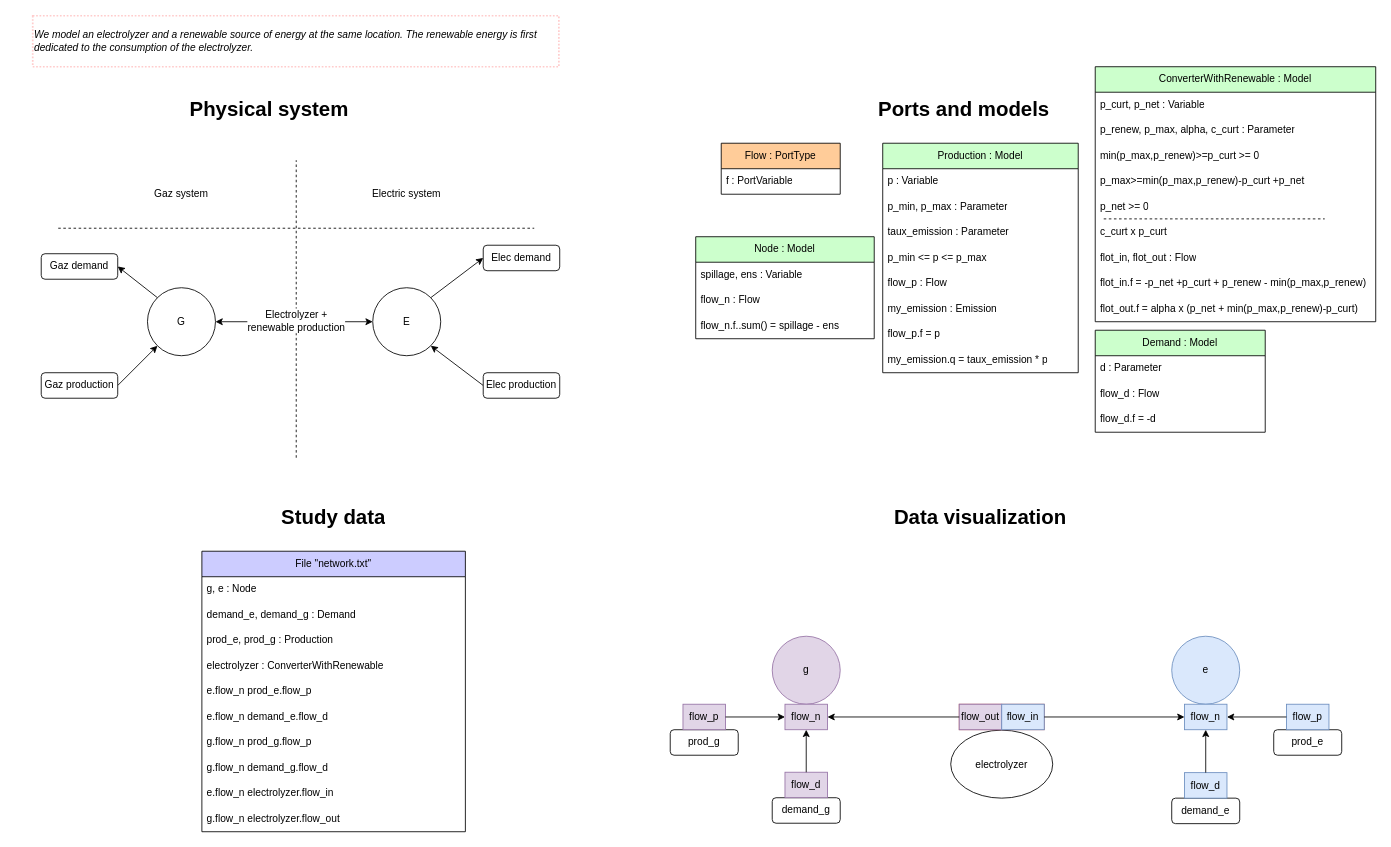
The draw.io diagram page "unique_system" (2 of 3) of models-design/systems/electrolyzer_subject_to_renawable.drawio in AntaresSimulatorTeam/andromede-modeling-prototype, before the edit. Source tidied: cells renumbered, new cells numbered last; positions are measured from the earlier drawing's top-left corner, leaving out a move shared by most shapes. Both pictures are drawn from the tidied source at 85%, with x=0, y=0 at pixel (14, 15).
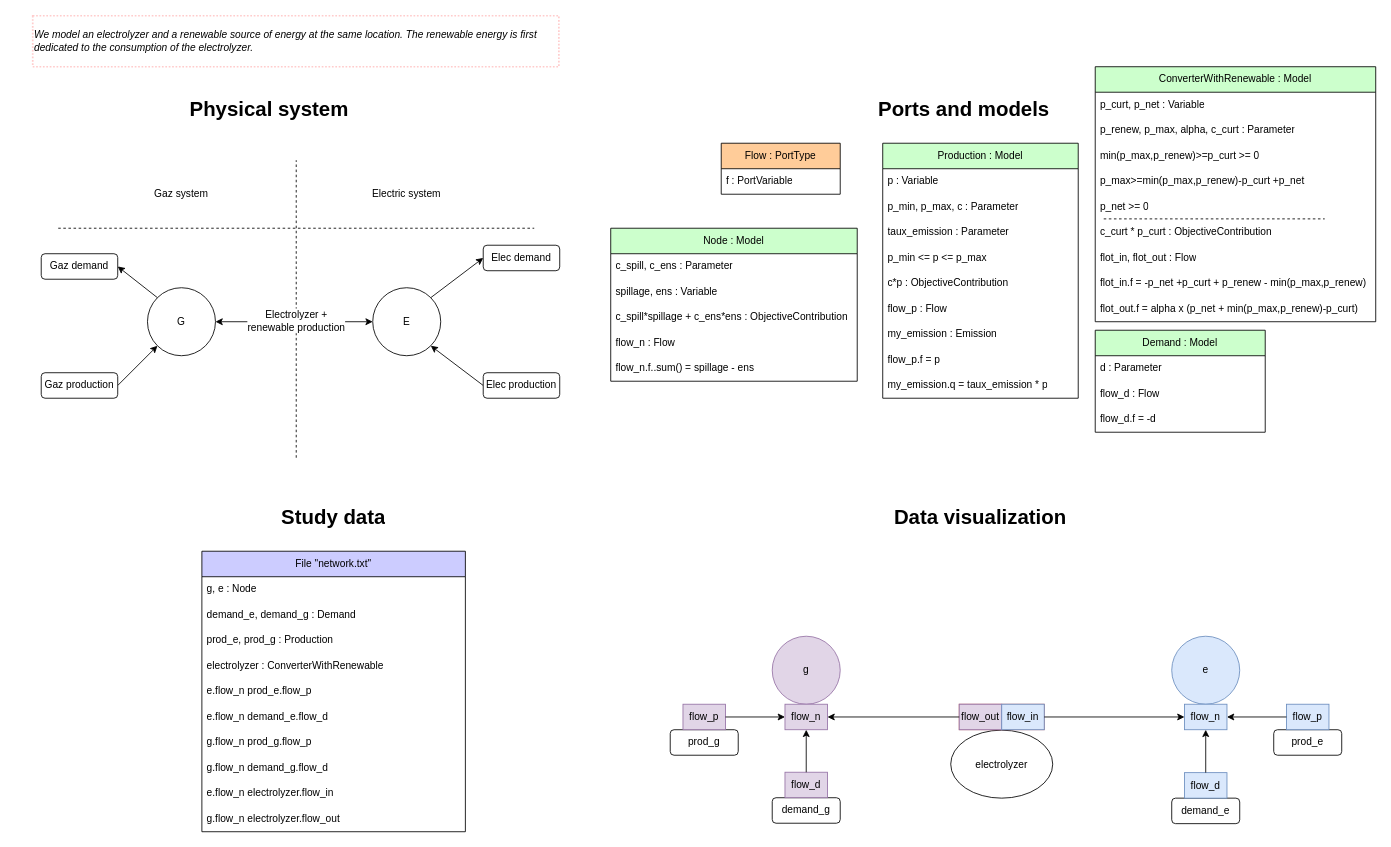
The same page after the edit.

The change refers to these unchanged cells:
```xml
<mxCell id="20" style="group;" parent="1" vertex="1">
  <mxGeometry x="781" y="90" width="820" height="460" as="geometry" />
</mxCell>
<mxCell id="28" value="&lt;font color=&quot;#000000&quot;&gt;ConverterWithRenewable : Model&lt;/font&gt;" style="swimlane;fontStyle=0;horizontal=1;startSize=30;whiteSpace=wrap;html=1;fillColor=#CCFFCC;" parent="20" vertex="1">
  <mxGeometry x="490" y="-30" width="330" height="300" as="geometry" />
</mxCell>
```

The edit, as a diff of the source:
```diff
@@
-    <mxCell id="24" value="Node : Model" style="swimlane;fontStyle=0;horizontal=1;startSize=30;whiteSpace=wrap;html=1;fillColor=#CCFFCC;fontColor=#000000;" parent="20" vertex="1">
-      <mxGeometry x="20" y="170" width="210" height="120" as="geometry" />
-    </mxCell>
-    <mxCell id="25" value="spillage, ens : Variable" style="text;strokeColor=none;fillColor=none;align=left;verticalAlign=middle;spacingLeft=4;spacingRight=4;overflow=hidden;whiteSpace=wrap;html=1;" parent="24" vertex="1">
-      <mxGeometry y="30" width="210" height="30" as="geometry" />
-    </mxCell>
-    <mxCell id="26" value="flow_n : Flow" style="text;strokeColor=none;fillColor=none;align=left;verticalAlign=middle;spacingLeft=4;spacingRight=4;overflow=hidden;whiteSpace=wrap;html=1;" parent="24" vertex="1">
-      <mxGeometry y="60" width="210" height="30" as="geometry" />
-    </mxCell>
-    <mxCell id="27" value="flow_n.f..sum() = spillage - ens" style="text;strokeColor=none;fillColor=none;align=left;verticalAlign=middle;spacingLeft=4;spacingRight=4;overflow=hidden;whiteSpace=wrap;html=1;" parent="24" vertex="1">
-      <mxGeometry y="90" width="210" height="30" as="geometry" />
-    </mxCell>
@@
-    <mxCell id="34" value="c_curt x p_curt" style="text;strokeColor=none;fillColor=none;align=left;verticalAlign=middle;spacingLeft=4;spacingRight=4;overflow=hidden;whiteSpace=wrap;html=1;" parent="28" vertex="1">
+    <mxCell id="34" value="c_curt * p_curt : ObjectiveContribution" style="text;strokeColor=none;fillColor=none;align=left;verticalAlign=middle;spacingLeft=4;spacingRight=4;overflow=hidden;whiteSpace=wrap;html=1;" parent="28" vertex="1">
       <mxGeometry y="180" width="330" height="30" as="geometry" />
     </mxCell>
@@
+    <mxCell id="24" value="Node : Model" style="swimlane;fontStyle=0;horizontal=1;startSize=30;whiteSpace=wrap;html=1;fillColor=#CCFFCC;fontColor=#000000;" parent="20" vertex="1">
+      <mxGeometry x="-80" y="160" width="290" height="180" as="geometry" />
+    </mxCell>
+    <mxCell id="97" value="c_spill, c_ens : Parameter" style="text;strokeColor=none;fillColor=none;align=left;verticalAlign=middle;spacingLeft=4;spacingRight=4;overflow=hidden;whiteSpace=wrap;html=1;" parent="24" vertex="1">
+      <mxGeometry y="30" width="290" height="30" as="geometry" />
+    </mxCell>
+    <mxCell id="25" value="spillage, ens : Variable" style="text;strokeColor=none;fillColor=none;align=left;verticalAlign=middle;spacingLeft=4;spacingRight=4;overflow=hidden;whiteSpace=wrap;html=1;" parent="24" vertex="1">
+      <mxGeometry y="60" width="290" height="30" as="geometry" />
+    </mxCell>
+    <mxCell id="98" value="c_spill*spillage + c_ens*ens : ObjectiveContribution" style="text;strokeColor=none;fillColor=none;align=left;verticalAlign=middle;spacingLeft=4;spacingRight=4;overflow=hidden;whiteSpace=wrap;html=1;" parent="24" vertex="1">
+      <mxGeometry y="90" width="290" height="30" as="geometry" />
+    </mxCell>
+    <mxCell id="26" value="flow_n : Flow" style="text;strokeColor=none;fillColor=none;align=left;verticalAlign=middle;spacingLeft=4;spacingRight=4;overflow=hidden;whiteSpace=wrap;html=1;" parent="24" vertex="1">
+      <mxGeometry y="120" width="290" height="30" as="geometry" />
+    </mxCell>
+    <mxCell id="27" value="flow_n.f..sum() = spillage - ens" style="text;strokeColor=none;fillColor=none;align=left;verticalAlign=middle;spacingLeft=4;spacingRight=4;overflow=hidden;whiteSpace=wrap;html=1;" parent="24" vertex="1">
+      <mxGeometry y="150" width="290" height="30" as="geometry" />
+    </mxCell>
@@
     <mxCell id="87" value="Production : Model" style="swimlane;fontStyle=0;horizontal=1;startSize=30;whiteSpace=wrap;html=1;fillColor=#CCFFCC;fontColor=#000000;" parent="1" vertex="1">
-      <mxGeometry x="1021" y="150" width="230" height="270" as="geometry" />
+      <mxGeometry x="1021" y="150" width="230" height="300" as="geometry" />
     </mxCell>
@@
-    <mxCell id="89" value="p_min, p_max : Parameter" style="text;strokeColor=none;fillColor=none;align=left;verticalAlign=middle;spacingLeft=4;spacingRight=4;overflow=hidden;whiteSpace=wrap;html=1;" parent="87" vertex="1">
+    <mxCell id="89" value="p_min, p_max, c : Parameter" style="text;strokeColor=none;fillColor=none;align=left;verticalAlign=middle;spacingLeft=4;spacingRight=4;overflow=hidden;whiteSpace=wrap;html=1;" parent="87" vertex="1">
       <mxGeometry y="60" width="230" height="30" as="geometry" />
     </mxCell>
@@
+    <mxCell id="99" value="c*p : ObjectiveContribution" style="text;strokeColor=none;fillColor=none;align=left;verticalAlign=middle;spacingLeft=4;spacingRight=4;overflow=hidden;whiteSpace=wrap;html=1;" parent="87" vertex="1">
+      <mxGeometry y="150" width="230" height="30" as="geometry" />
+    </mxCell>
     <mxCell id="92" value="flow_p : Flow" style="text;strokeColor=none;fillColor=none;align=left;verticalAlign=middle;spacingLeft=4;spacingRight=4;overflow=hidden;whiteSpace=wrap;html=1;" parent="87" vertex="1">
-      <mxGeometry y="150" width="230" height="30" as="geometry" />
+      <mxGeometry y="180" width="230" height="30" as="geometry" />
     </mxCell>
     <mxCell id="93" value="my_emission : Emission" style="text;strokeColor=none;fillColor=none;align=left;verticalAlign=middle;spacingLeft=4;spacingRight=4;overflow=hidden;whiteSpace=wrap;html=1;" parent="87" vertex="1">
-      <mxGeometry y="180" width="230" height="30" as="geometry" />
+      <mxGeometry y="210" width="230" height="30" as="geometry" />
     </mxCell>
     <mxCell id="94" value="flow_p.f = p" style="text;strokeColor=none;fillColor=none;align=left;verticalAlign=middle;spacingLeft=4;spacingRight=4;overflow=hidden;whiteSpace=wrap;html=1;" parent="87" vertex="1">
-      <mxGeometry y="210" width="230" height="30" as="geometry" />
+      <mxGeometry y="240" width="230" height="30" as="geometry" />
     </mxCell>
     <mxCell id="95" value="my_emission.q = taux_emission * p" style="text;strokeColor=none;fillColor=none;align=left;verticalAlign=middle;spacingLeft=4;spacingRight=4;overflow=hidden;whiteSpace=wrap;html=1;" parent="87" vertex="1">
-      <mxGeometry y="240" width="230" height="30" as="geometry" />
+      <mxGeometry y="270" width="230" height="30" as="geometry" />
     </mxCell>
```
